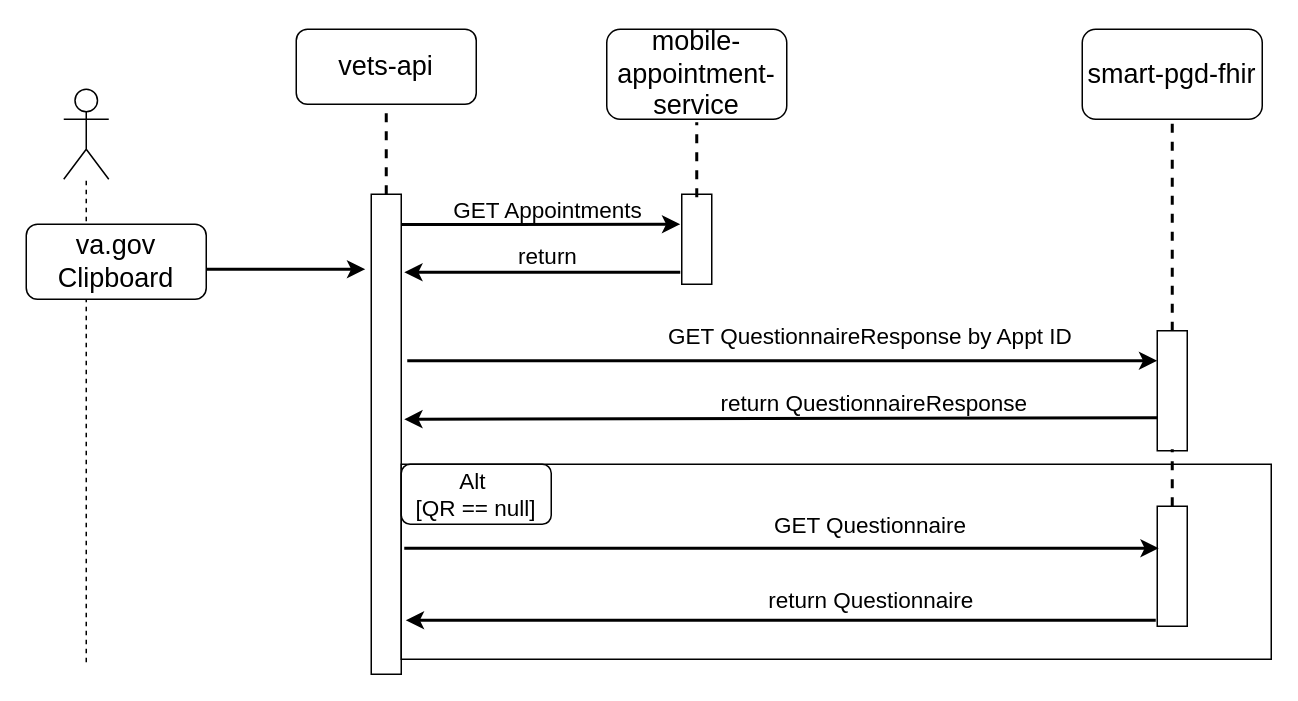
Before: products/health-care/questionnaire/engineering/MAP/diagrams/QAndQRFromApptID.drawio in department-of-veterans-affairs/va.gov-team, a draw.io diagram. Source tidied: cells renumbered, new cells numbered last; positions are measured from the earlier drawing's top-left corner, leaving out a move shared by most shapes. Both pictures are drawn from the tidied source at 150%, with x=0, y=0 at pixel (26, 28).
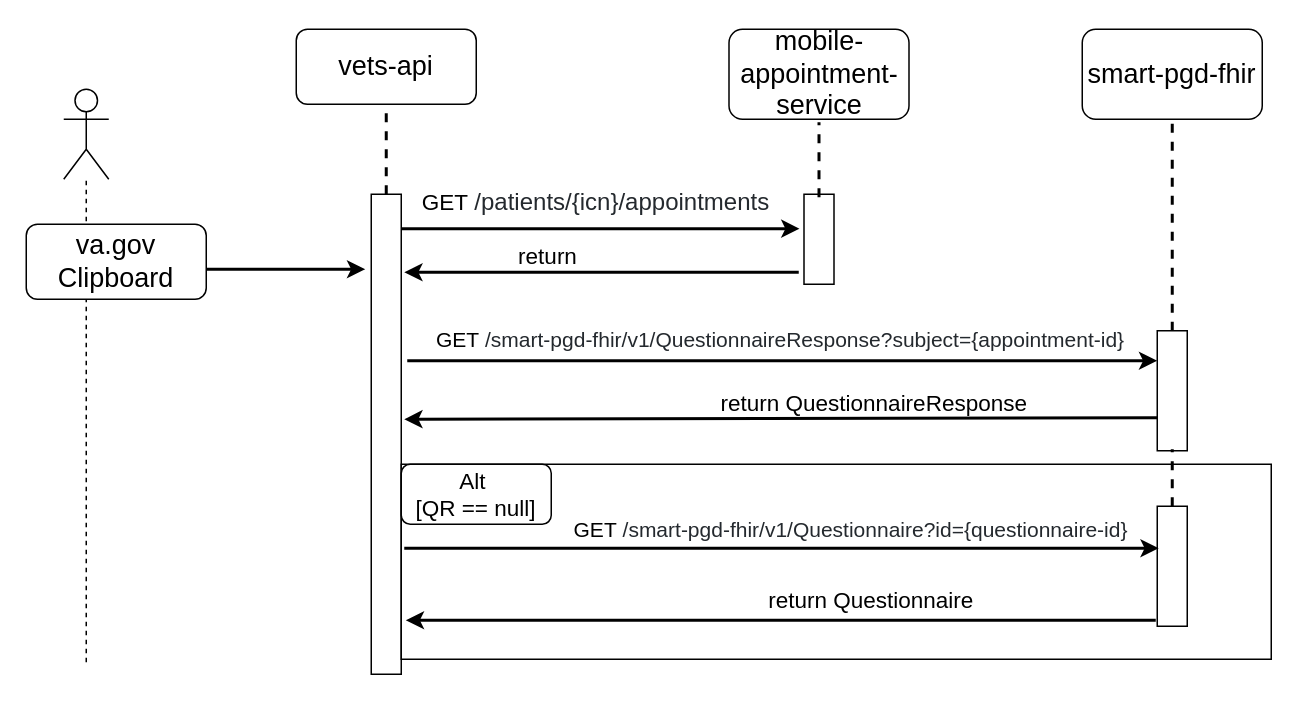
The same diagram, later.

The change refers to these unchanged cells:
```xml
<mxCell id="2" style="rounded=0;whiteSpace=wrap;html=1;" parent="1" vertex="1">
  <mxGeometry x="230" y="110" width="20" height="320" as="geometry" />
</mxCell>
```

Change to the diagram source:
```diff
@@
     <mxCell id="9" style="rounded=0;whiteSpace=wrap;html=1;" parent="1" vertex="1">
-      <mxGeometry x="437" y="110" width="20" height="60" as="geometry" />
+      <mxGeometry x="518.5" y="110" width="20" height="60" as="geometry" />
     </mxCell>
-    <mxCell id="10" style="endArrow=classic;html=1;strokeWidth=2;exitX=1;exitY=0.063;exitDx=0;exitDy=0;exitPerimeter=0;" parent="1" edge="1" source="2">
+    <mxCell id="10" style="endArrow=classic;html=1;strokeWidth=2;entryX=-0.15;entryY=0.383;entryDx=0;entryDy=0;entryPerimeter=0;" parent="1" edge="1" target="9">
       <mxGeometry relative="1" as="geometry">
-        <mxPoint x="436" y="130" as="targetPoint" />
+        <mxPoint x="250" y="133" as="sourcePoint" />
       </mxGeometry>
     </mxCell>
-    <mxCell id="11" value="&lt;font style=&quot;font-size: 15px&quot;&gt;GET Appointments&lt;/font&gt;" style="text;html=1;strokeColor=none;fillColor=none;align=center;verticalAlign=middle;whiteSpace=wrap;rounded=0;" parent="1" vertex="1">
-      <mxGeometry x="275" y="110" width="146" height="20" as="geometry" />
+    <mxCell id="11" value="&lt;font style=&quot;font-size: 15px&quot;&gt;GET&amp;nbsp;&lt;/font&gt;&lt;span style=&quot;color: rgb(36 , 41 , 46) ; font-family: , , &amp;#34;segoe ui&amp;#34; , &amp;#34;helvetica&amp;#34; , &amp;#34;arial&amp;#34; , sans-serif , &amp;#34;apple color emoji&amp;#34; , &amp;#34;segoe ui emoji&amp;#34; ; font-size: 16px ; text-align: -webkit-left ; background-color: rgb(255 , 255 , 255)&quot;&gt;/patients/{icn}/appointments&lt;/span&gt;" style="text;html=1;strokeColor=none;fillColor=none;align=center;verticalAlign=middle;whiteSpace=wrap;rounded=0;" parent="1" vertex="1">
+      <mxGeometry x="250" y="100" width="260" height="30" as="geometry" />
     </mxCell>
-    <mxCell id="12" style="endArrow=classic;html=1;strokeWidth=2;" parent="1" edge="1">
+    <mxCell id="12" style="endArrow=classic;html=1;strokeWidth=2;exitX=-0.175;exitY=0.867;exitDx=0;exitDy=0;exitPerimeter=0;" parent="1" edge="1" source="9">
       <mxGeometry relative="1" as="geometry">
-        <mxPoint x="436" y="162" as="sourcePoint" />
         <mxPoint x="252" y="162" as="targetPoint" />
       </mxGeometry>
     </mxCell>
@@
     <mxCell id="14" value="&lt;font style=&quot;font-size: 18px&quot;&gt;mobile-appointment-service&lt;/font&gt;" style="rounded=1;whiteSpace=wrap;html=1;strokeColor=#000000;fillColor=#ffffff;" parent="1" vertex="1">
-      <mxGeometry x="387" width="120" height="60" as="geometry" />
+      <mxGeometry x="468.5" width="120" height="60" as="geometry" />
     </mxCell>
     <mxCell id="15" style="endArrow=none;dashed=1;html=1;strokeWidth=2;exitX=0.5;exitY=0;exitDx=0;exitDy=0;" parent="1" edge="1">
       <mxGeometry relative="1" as="geometry">
-        <mxPoint x="447" y="112" as="sourcePoint" />
-        <mxPoint x="447" y="62" as="targetPoint" />
+        <mxPoint x="528.5" y="112" as="sourcePoint" />
+        <mxPoint x="528.5" y="62" as="targetPoint" />
       </mxGeometry>
     </mxCell>
@@
-    <mxCell id="17" value="&lt;font style=&quot;font-size: 15px&quot;&gt;GET QuestionnaireResponse by Appt ID&amp;nbsp;&lt;br&gt;&lt;br&gt;&lt;/font&gt;" style="text;html=1;strokeColor=none;fillColor=none;align=center;verticalAlign=middle;whiteSpace=wrap;rounded=0;" parent="1" vertex="1">
-      <mxGeometry x="421" y="193" width="288" height="40" as="geometry" />
+    <mxCell id="17" value="&lt;font style=&quot;font-size: 14px;&quot;&gt;GET&amp;nbsp;&lt;span style=&quot;color: rgb(36, 41, 46); font-size: 14px; text-align: -webkit-left; background-color: rgb(255, 255, 255);&quot;&gt;/smart-pgd-fhir/v1/QuestionnaireResponse?subject={appointment-id}&lt;/span&gt;&amp;nbsp;&lt;br style=&quot;font-size: 14px;&quot;&gt;&lt;br style=&quot;font-size: 14px;&quot;&gt;&lt;/font&gt;" style="text;html=1;strokeColor=none;fillColor=none;align=center;verticalAlign=middle;whiteSpace=wrap;rounded=0;fontSize=14;" parent="1" vertex="1">
+      <mxGeometry x="260" y="195" width="490" height="40" as="geometry" />
     </mxCell>
@@
-    <mxCell id="28" value="&lt;font style=&quot;font-size: 15px&quot;&gt;GET Questionnaire&lt;br&gt;&lt;/font&gt;" style="text;html=1;strokeColor=none;fillColor=none;align=center;verticalAlign=middle;whiteSpace=wrap;rounded=0;" parent="1" vertex="1">
-      <mxGeometry x="480" y="310" width="166" height="40" as="geometry" />
+    <mxCell id="28" value="&lt;font style=&quot;font-size: 14px&quot;&gt;GET&amp;nbsp;&lt;span style=&quot;color: rgb(36 , 41 , 46) ; text-align: -webkit-left ; background-color: rgb(255 , 255 , 255)&quot;&gt;/smart-pgd-fhir/v1/Questionnaire?id={questionnaire-id}&lt;/span&gt;&lt;br&gt;&lt;/font&gt;" style="text;html=1;strokeColor=none;fillColor=none;align=center;verticalAlign=middle;whiteSpace=wrap;rounded=0;" parent="1" vertex="1">
+      <mxGeometry x="360" y="314" width="380" height="40" as="geometry" />
     </mxCell>
```
